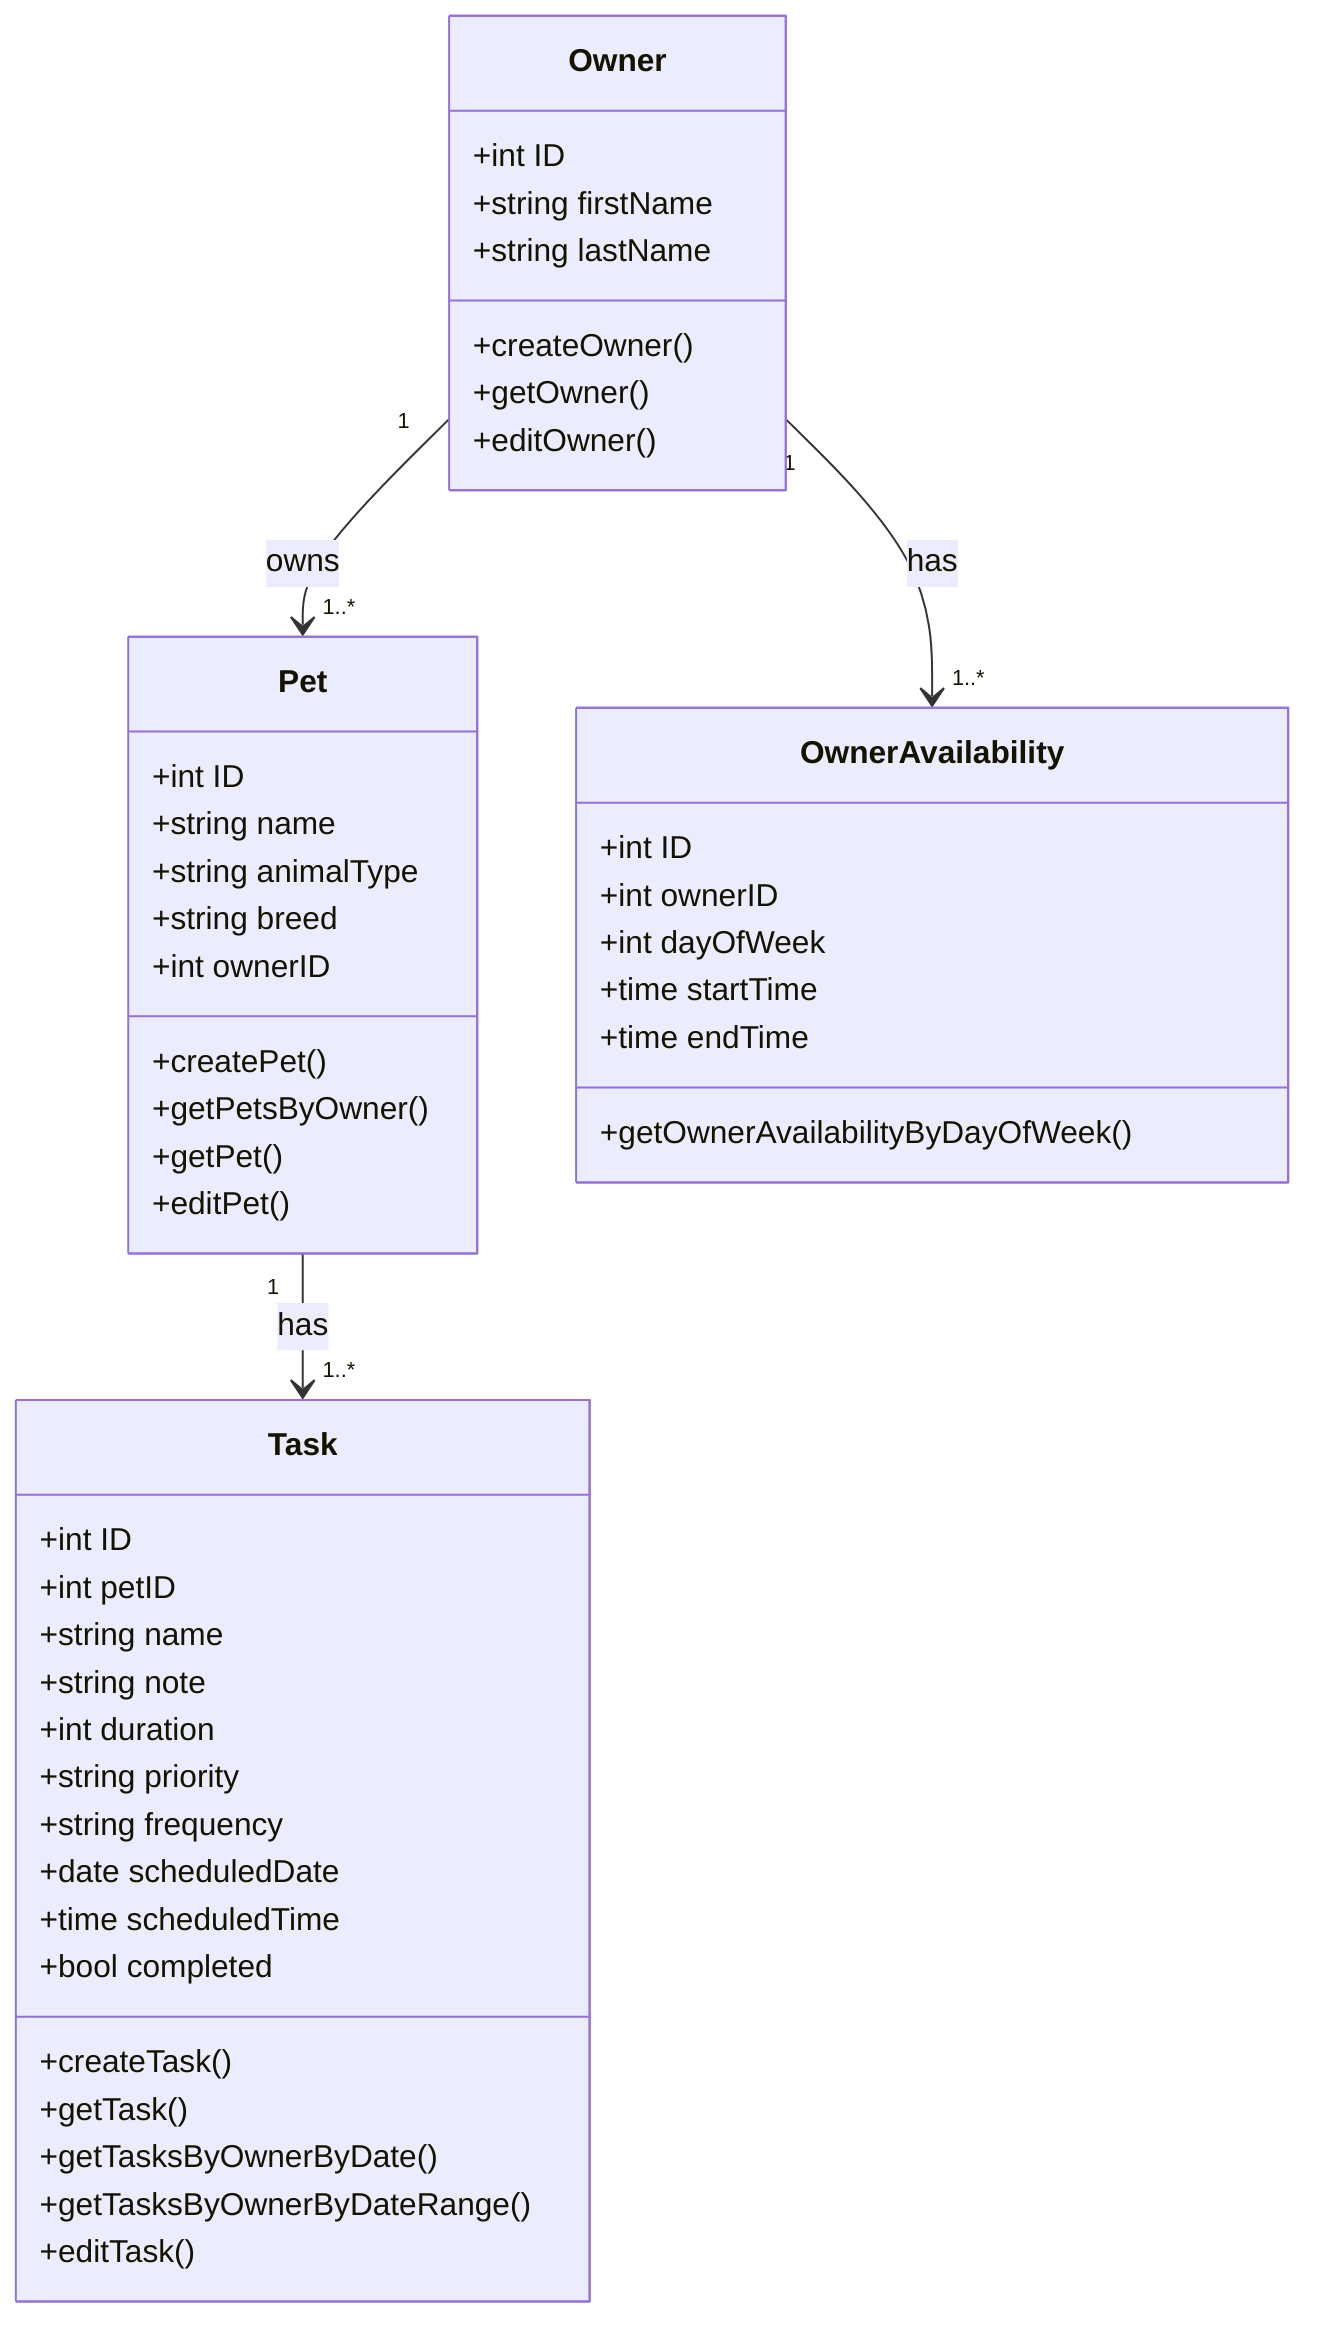
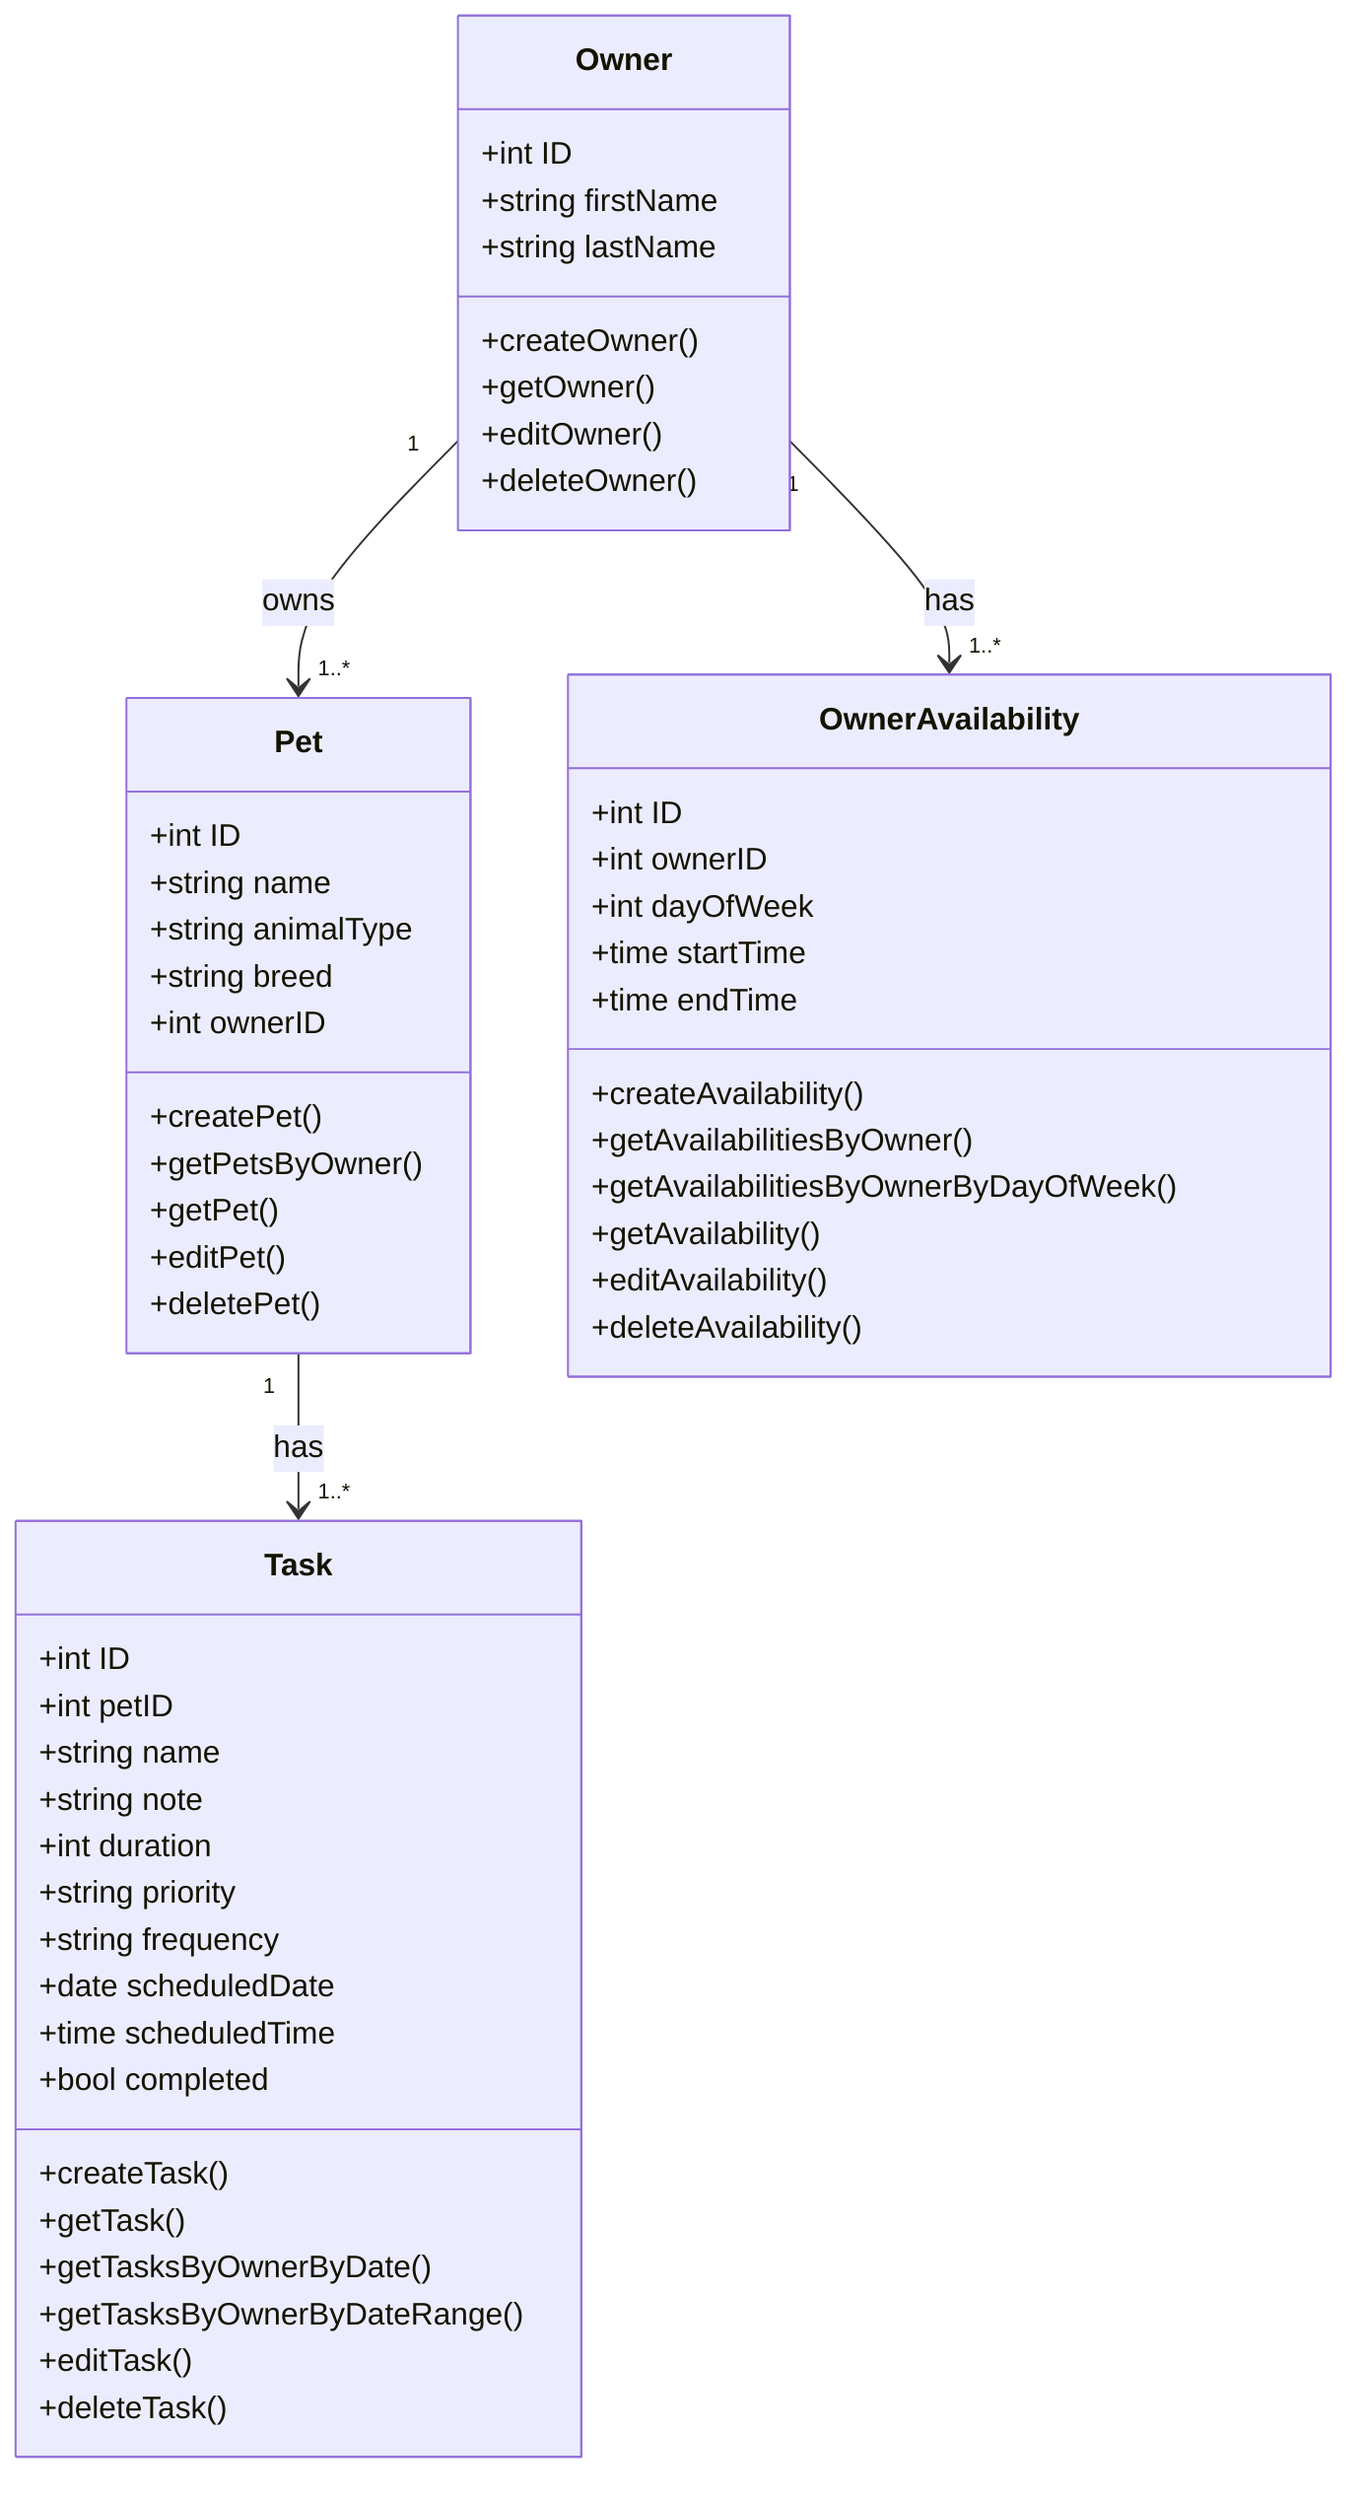
classDiagram
    class Owner {
        +int ID
        +string firstName
        +string lastName
        +createOwner()
        +getOwner()
        +editOwner()
+ 		+deleteOwner()
    }

    class Pet {
        +int ID
        +string name
        +string animalType
        +string breed
        +int ownerID
        +createPet()
        +getPetsByOwner()
        +getPet()
        +editPet()
+ 		+deletePet()
    }

    class Task {
        +int ID
        +int petID
        +string name
        +string note
        +int duration
        +string priority
        +string frequency
        +date scheduledDate
        +time scheduledTime
        +bool completed
        +createTask()
        +getTask()
        +getTasksByOwnerByDate()
        +getTasksByOwnerByDateRange()
        +editTask()
+ 		+deleteTask()
    }

    class OwnerAvailability {
        +int ID
        +int ownerID
        +int dayOfWeek
        +time startTime
        +time endTime
-         +getOwnerAvailabilityByDayOfWeek()
+ 		+createAvailability()
+         +getAvailabilitiesByOwner()
+ 		+getAvailabilitiesByOwnerByDayOfWeek()
+ 		+getAvailability()
+ 		+editAvailability()
+ 		+deleteAvailability()
    }

    Owner "1" --> "1..*" Pet : owns
    Owner "1" --> "1..*" OwnerAvailability : has
-     Pet "1" --> "1..*" Task : has+     Pet "1" --> "1..*" Task : has
